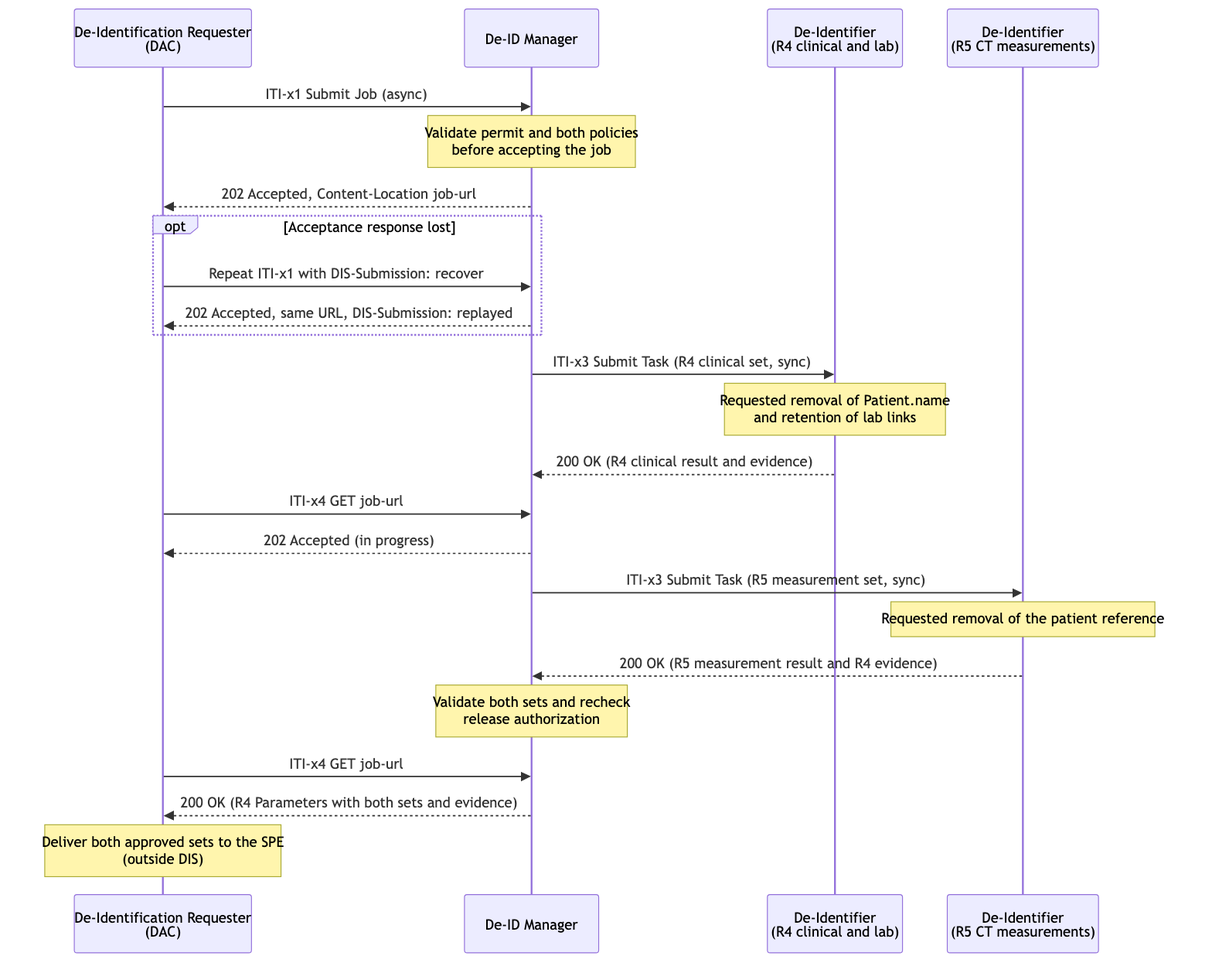
IHE/ITI.DIS keeps this Mermaid diagram as input/images/dis-uc2-ai-ml-development.png. Above is the earlier version. Its source is kept beside it as input/images-source/dis-uc2-ai-ml-development.mmd.
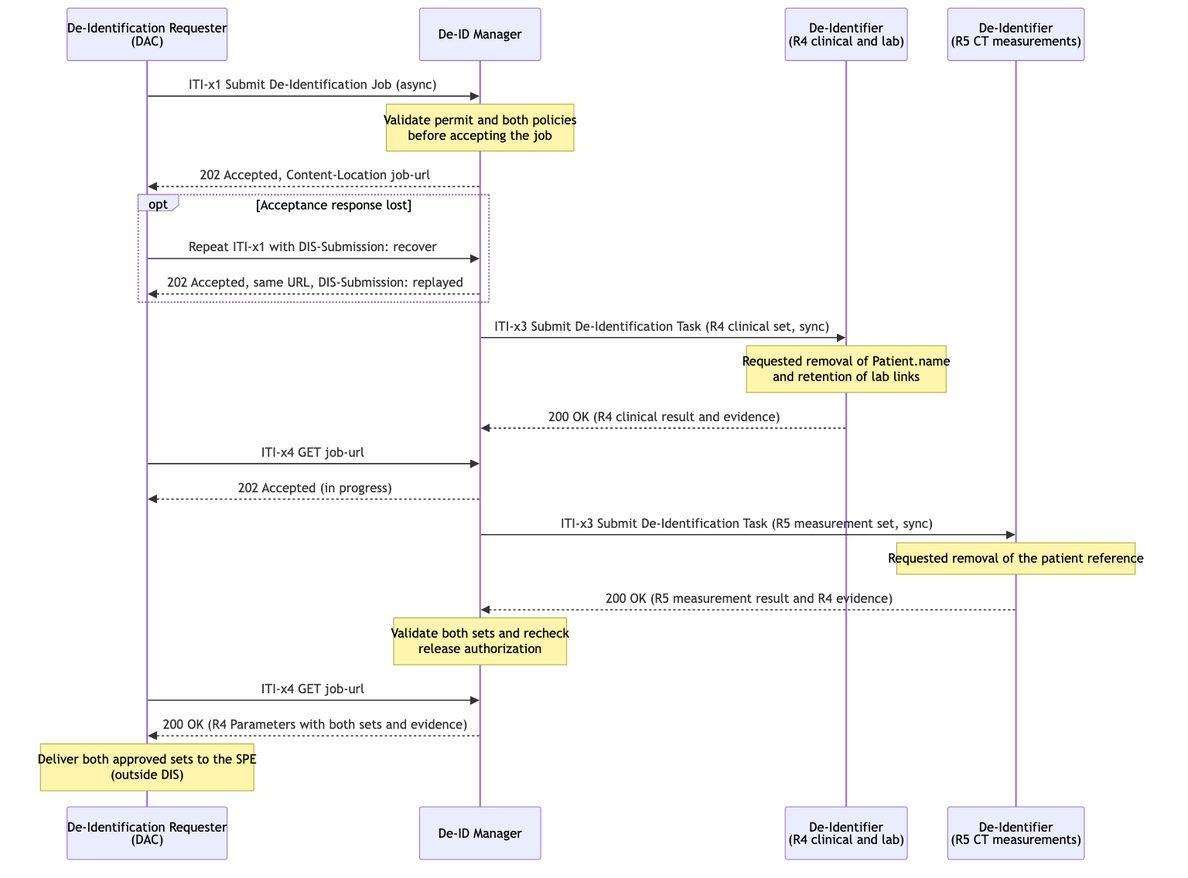
Later version of the same file.

Change to the diagram source:
```diff
@@ -4,7 +4,7 @@
     participant DI_C as De-Identifier<br/>(R4 clinical and lab)
     participant DI_I as De-Identifier<br/>(R5 CT measurements)
 
-    DAC->>MGR: ITI-x1 Submit Job (async)
+    DAC->>MGR: ITI-x1 Submit De-Identification Job (async)
     Note over MGR: Validate permit and both policies<br/>before accepting the job
     MGR-->>DAC: 202 Accepted, Content-Location job-url
     opt Acceptance response lost
@@ -12,14 +12,14 @@
         MGR-->>DAC: 202 Accepted, same URL, DIS-Submission: replayed
     end
 
-    MGR->>DI_C: ITI-x3 Submit Task (R4 clinical set, sync)
+    MGR->>DI_C: ITI-x3 Submit De-Identification Task (R4 clinical set, sync)
     Note over DI_C: Requested removal of Patient.name<br/>and retention of lab links
     DI_C-->>MGR: 200 OK (R4 clinical result and evidence)
 
     DAC->>MGR: ITI-x4 GET job-url
     MGR-->>DAC: 202 Accepted (in progress)
 
-    MGR->>DI_I: ITI-x3 Submit Task (R5 measurement set, sync)
+    MGR->>DI_I: ITI-x3 Submit De-Identification Task (R5 measurement set, sync)
     Note over DI_I: Requested removal of the patient reference
     DI_I-->>MGR: 200 OK (R5 measurement result and R4 evidence)
     Note over MGR: Validate both sets and recheck<br/>release authorization
```
